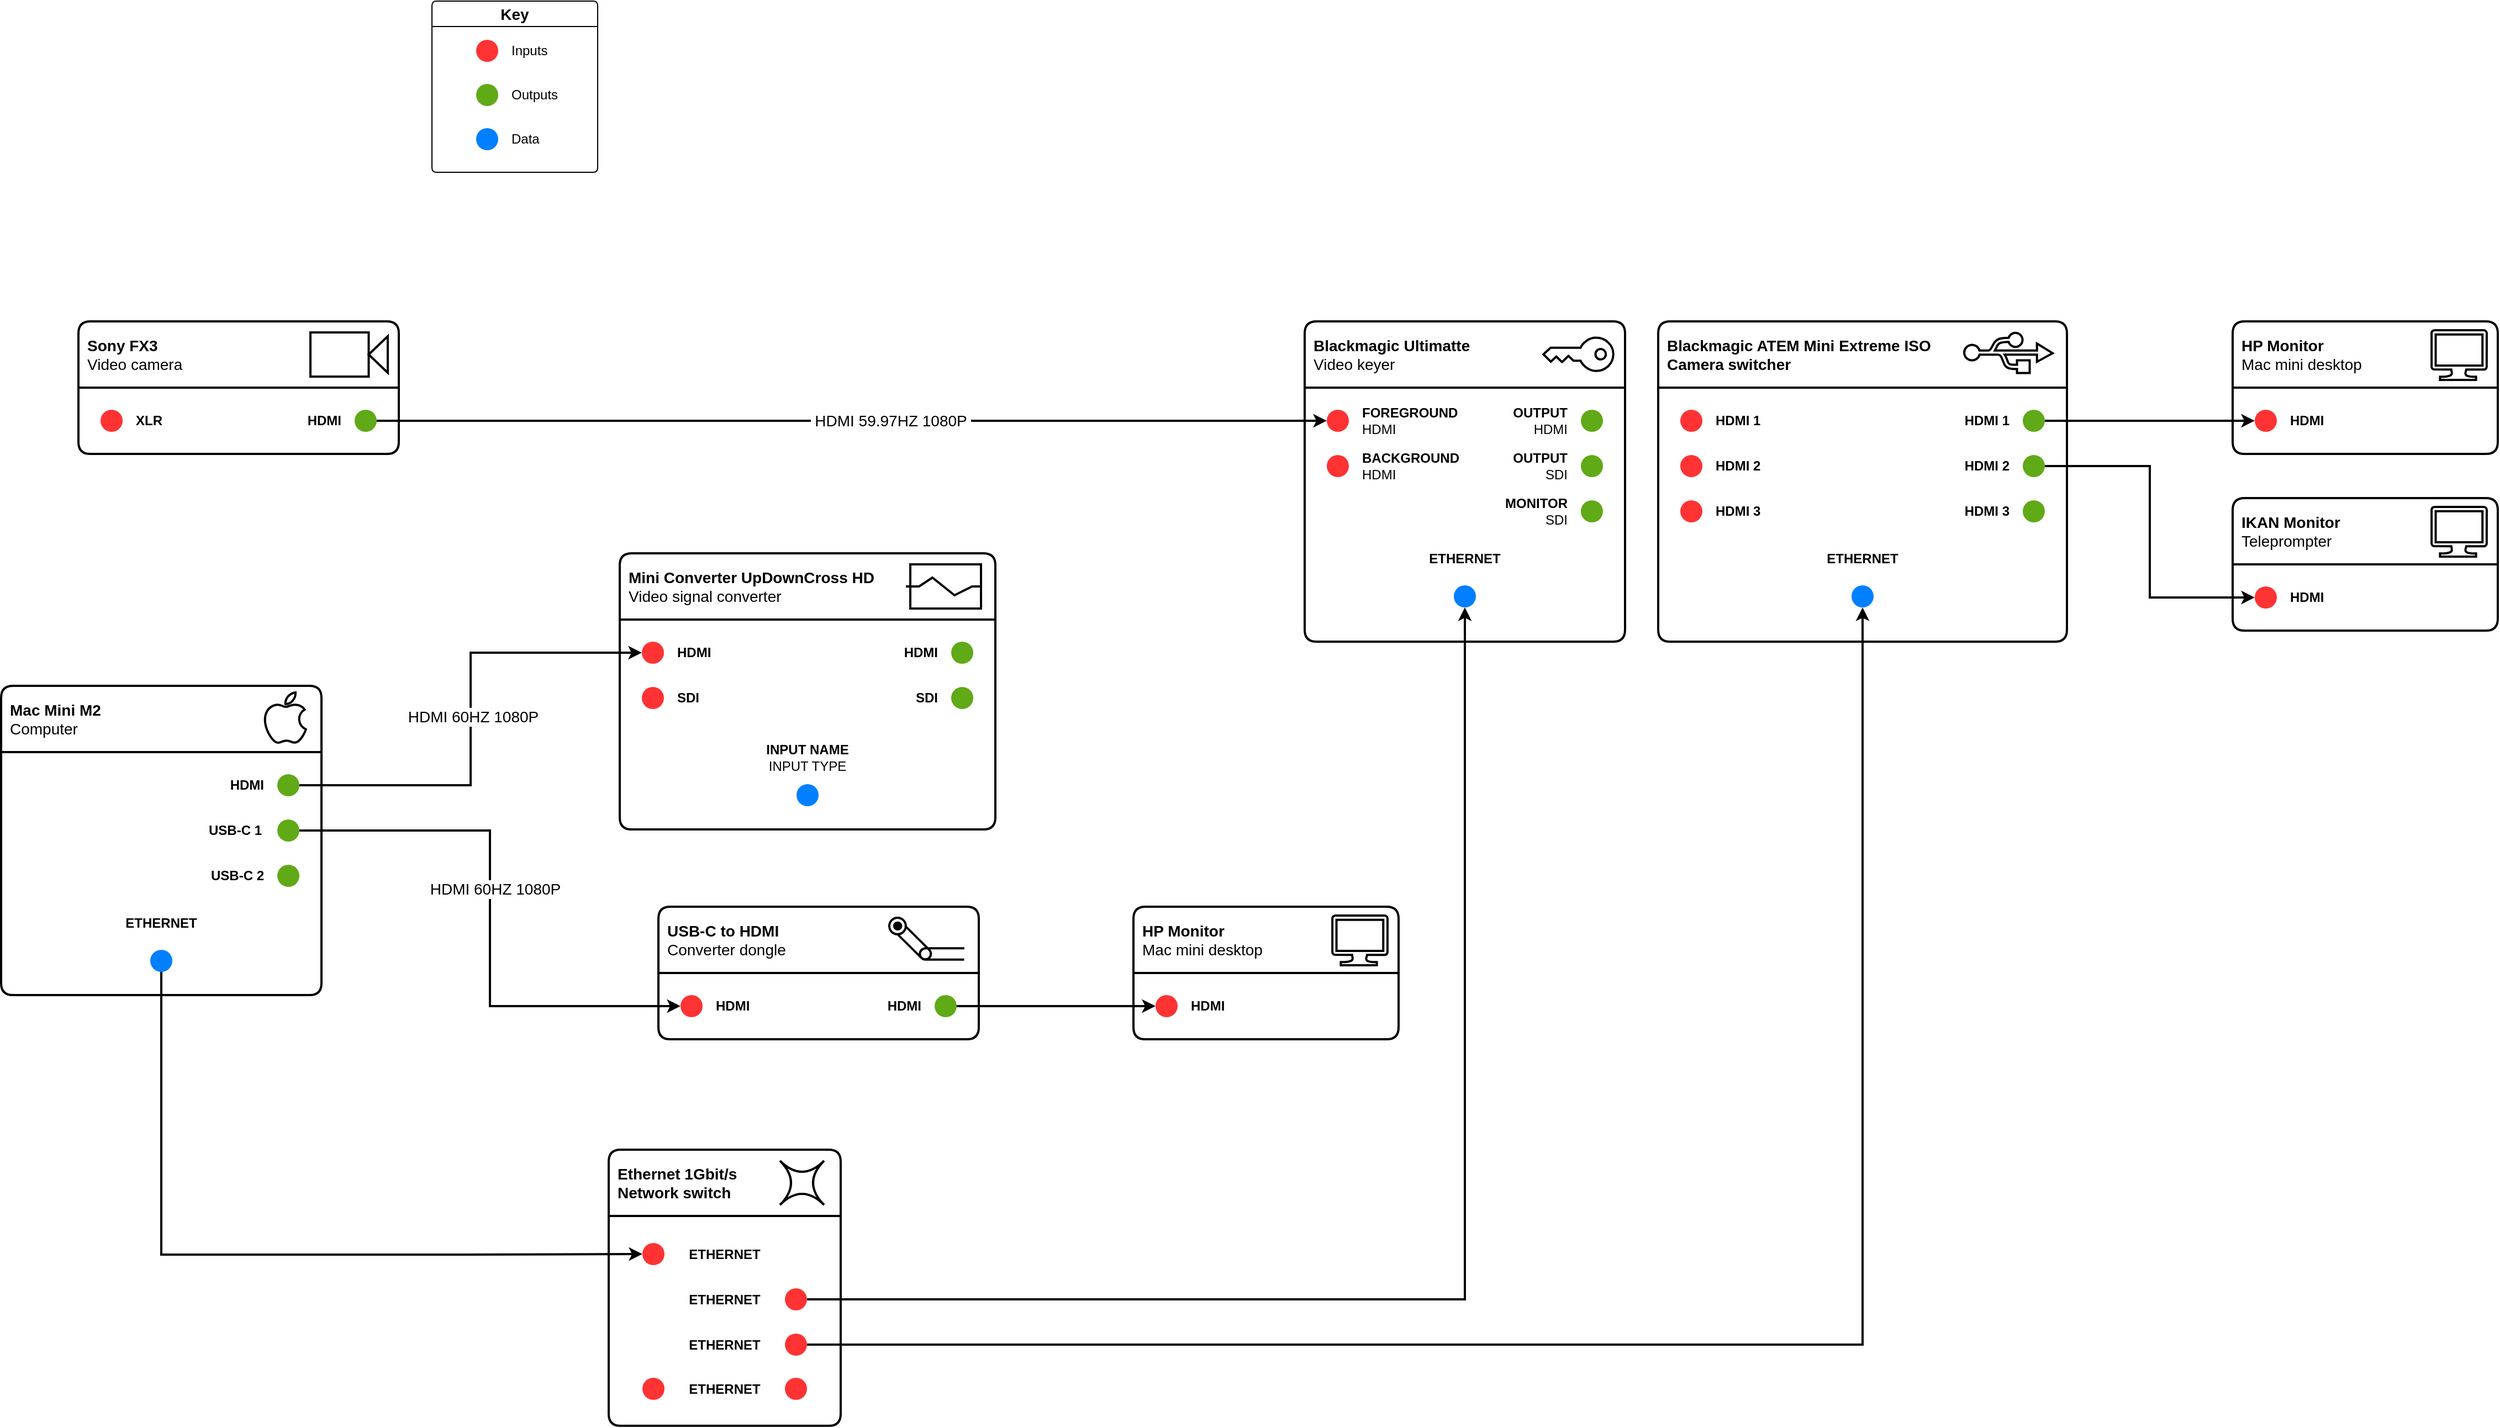
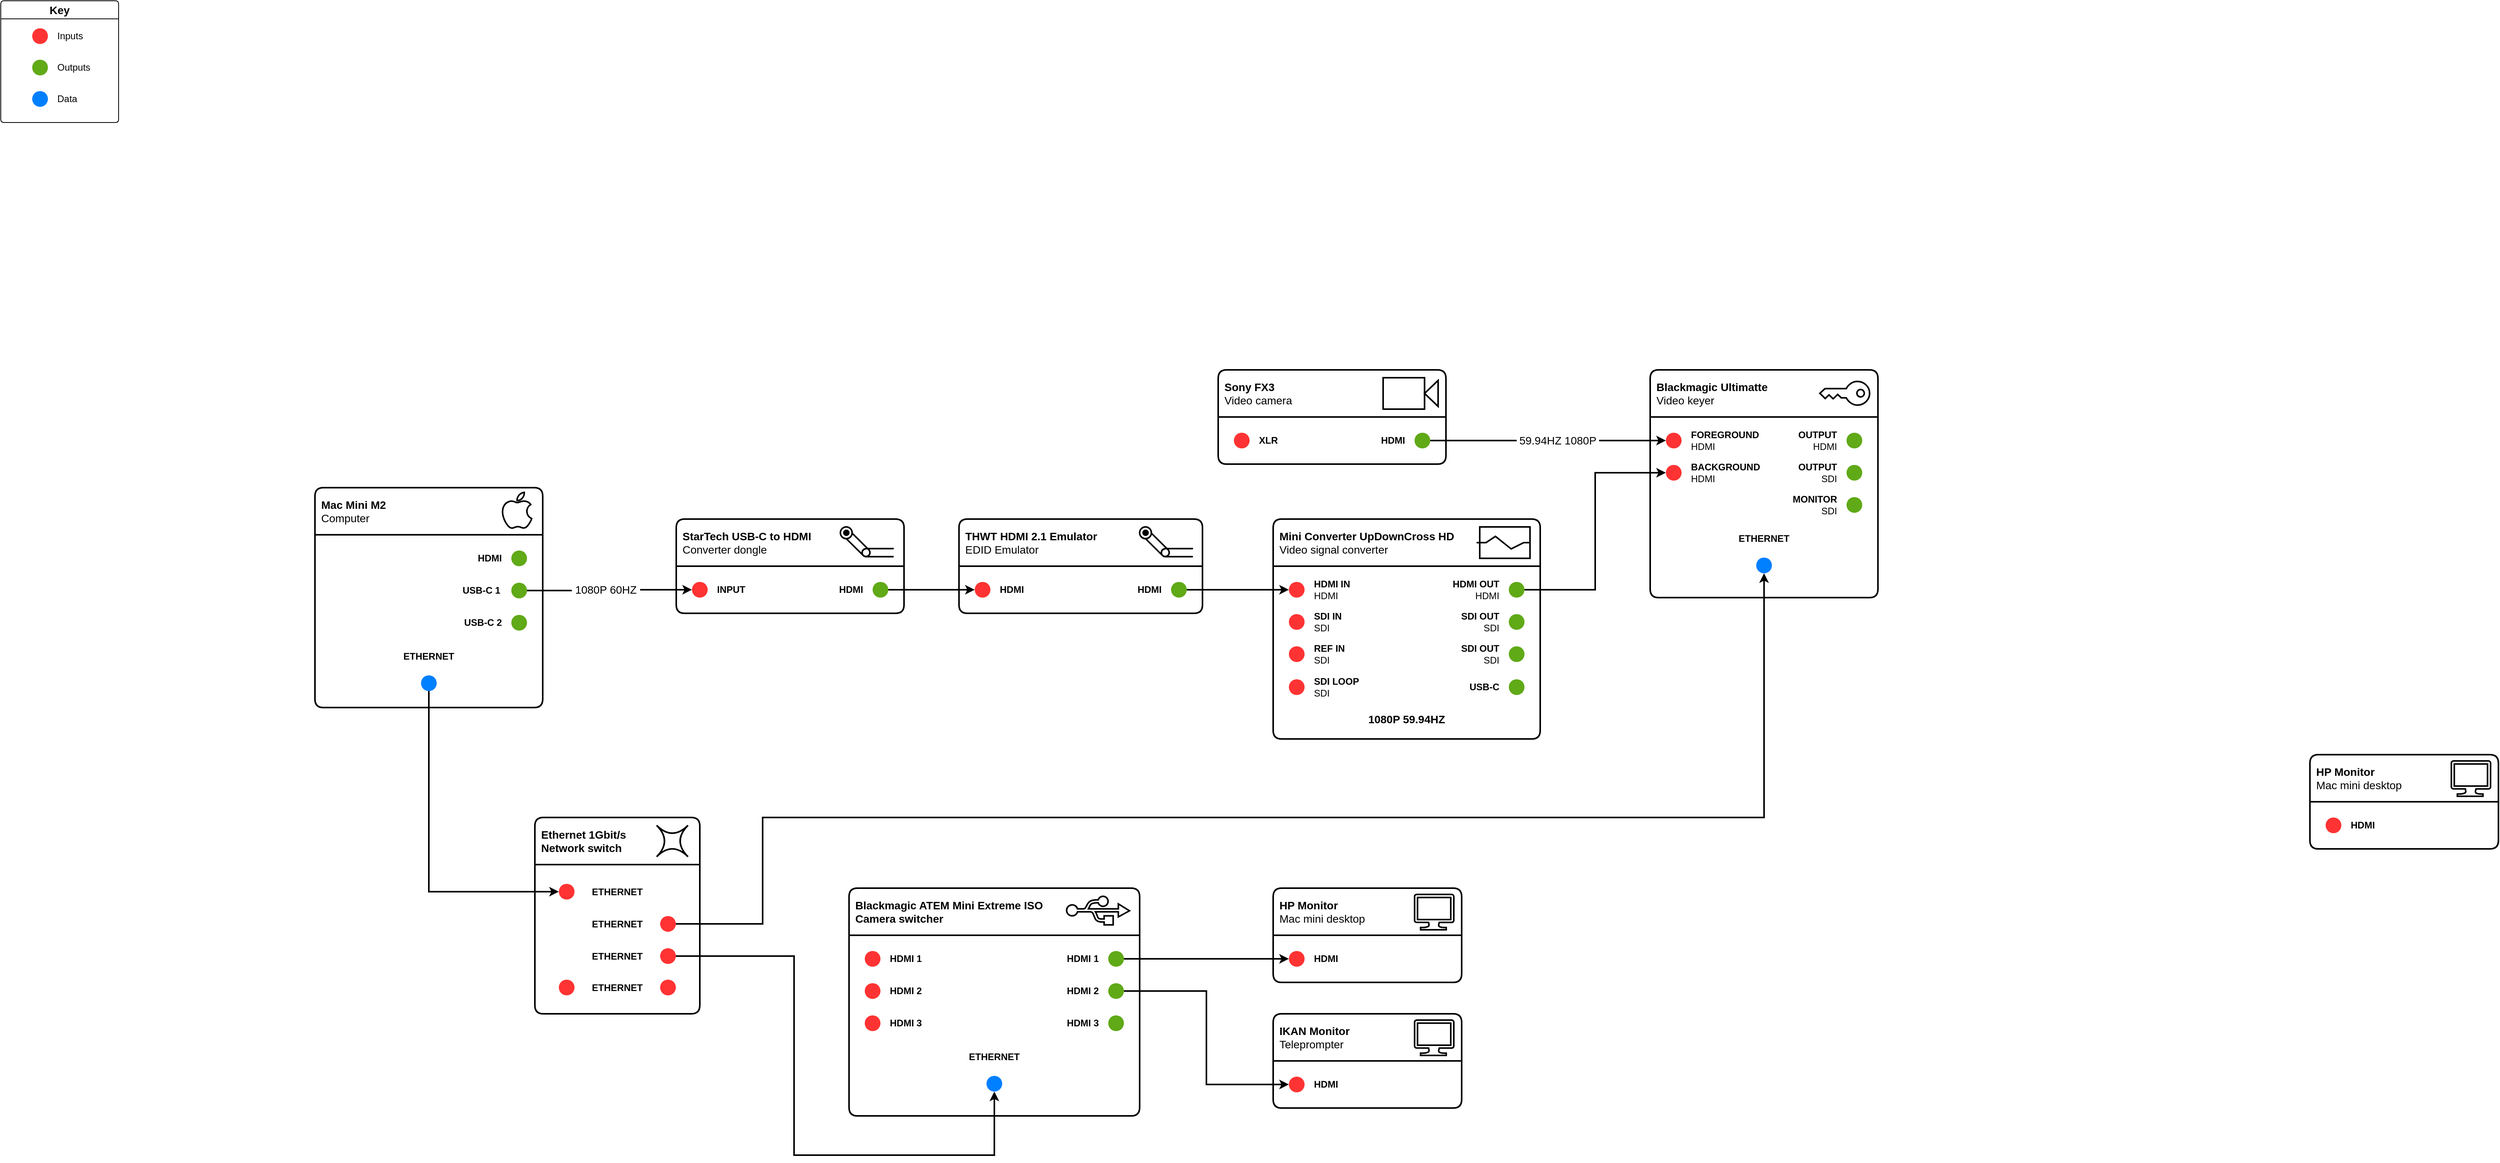
<mxfile host="app.diagrams.net">
  <diagram name="Page-1" id="FgFW1MfRpHRbAZnw0JzE">
-     <mxGraphModel dx="2968" dy="1716" grid="1" gridSize="10" guides="1" tooltips="1" connect="1" arrows="1" fold="1" page="0" pageScale="1" pageWidth="1654" pageHeight="1169" math="0" shadow="0">
+     <mxGraphModel dx="1258" dy="1141" grid="1" gridSize="10" guides="1" tooltips="1" connect="1" arrows="1" fold="1" page="0" pageScale="1" pageWidth="1654" pageHeight="1169" math="0" shadow="0">
      <root>
        <mxCell id="0" />
        <mxCell id="1" parent="0" />
        <UserObject label="&lt;div&gt;Sony FX3&lt;/div&gt;&lt;div&gt;&lt;span style=&quot;font-weight: normal;&quot;&gt;Video camera&lt;/span&gt;&lt;/div&gt;" link="https://www.sony.com.au/electronics/interchangeable-lens-cameras/ilme-fx3a" id="s20b6Gskkq0xSbLsb2Lf-1">
          <mxCell parent="1" style="swimlane;whiteSpace=wrap;html=1;startSize=60;perimeterSpacing=0;rounded=1;arcSize=6;align=left;spacingLeft=6;swimlaneFillColor=default;strokeWidth=2;fontSize=14;spacingBottom=0;" vertex="1">
-             <mxGeometry height="120" width="290" x="-10" y="240" as="geometry">
+             <mxGeometry height="120" width="290" x="1860" y="420" as="geometry">
              <mxRectangle height="60" width="200" x="330" y="280" as="alternateBounds" />
            </mxGeometry>
          </mxCell>
        </UserObject>
        <mxCell id="BUdtJf7oYrrgdLHHiytK-1" parent="s20b6Gskkq0xSbLsb2Lf-1" style="shape=mxgraph.signs.tech.video_camera;html=1;pointerEvents=1;fillColor=none;strokeColor=default;verticalLabelPosition=bottom;verticalAlign=top;align=center;strokeWidth=2;" value="" vertex="1">
          <mxGeometry height="40" width="70" x="210" y="10" as="geometry" />
        </mxCell>
        <mxCell id="BUdtJf7oYrrgdLHHiytK-2" parent="s20b6Gskkq0xSbLsb2Lf-1" style="ellipse;whiteSpace=wrap;html=1;aspect=fixed;strokeColor=none;fillColor=#60a917;fontColor=#ffffff;" value="" vertex="1">
          <mxGeometry height="20" width="20" x="250" y="80" as="geometry" />
        </mxCell>
        <mxCell id="BUdtJf7oYrrgdLHHiytK-13" parent="s20b6Gskkq0xSbLsb2Lf-1" style="ellipse;whiteSpace=wrap;html=1;aspect=fixed;strokeColor=none;fillColor=light-dark(#FF3333,#FF3333);fontColor=#ffffff;fillStyle=auto;" value="" vertex="1">
          <mxGeometry height="20" width="20" x="20" y="80" as="geometry" />
        </mxCell>
        <mxCell id="BUdtJf7oYrrgdLHHiytK-20" parent="s20b6Gskkq0xSbLsb2Lf-1" style="text;html=1;whiteSpace=wrap;strokeColor=none;fillColor=none;align=left;verticalAlign=middle;rounded=0;fontStyle=1" value="XLR" vertex="1">
          <mxGeometry height="14.5" width="30" x="50" y="82.75" as="geometry" />
        </mxCell>
        <mxCell id="BUdtJf7oYrrgdLHHiytK-21" parent="s20b6Gskkq0xSbLsb2Lf-1" style="text;html=1;whiteSpace=wrap;strokeColor=none;fillColor=none;align=right;verticalAlign=middle;rounded=0;" value="&lt;b&gt;HDMI&lt;/b&gt;" vertex="1">
          <mxGeometry height="14.5" width="40" x="200" y="82.75" as="geometry" />
        </mxCell>
        <mxCell id="BUdtJf7oYrrgdLHHiytK-123" parent="1" style="swimlane;whiteSpace=wrap;html=1;rounded=1;arcSize=6;swimlaneFillColor=default;fontSize=14;" value="Key" vertex="1">
          <mxGeometry height="155" width="150" x="310" y="-50" as="geometry" />
        </mxCell>
        <mxCell id="BUdtJf7oYrrgdLHHiytK-115" parent="BUdtJf7oYrrgdLHHiytK-123" style="ellipse;whiteSpace=wrap;html=1;aspect=fixed;strokeColor=none;fillColor=light-dark(#FF3333,#FF3333);fontColor=#ffffff;fillStyle=auto;" value="" vertex="1">
          <mxGeometry height="20" width="20" x="40" y="35" as="geometry" />
        </mxCell>
        <mxCell id="BUdtJf7oYrrgdLHHiytK-119" parent="BUdtJf7oYrrgdLHHiytK-123" style="text;html=1;whiteSpace=wrap;strokeColor=none;fillColor=none;align=left;verticalAlign=middle;rounded=0;" value="Inputs" vertex="1">
          <mxGeometry height="10" width="40" x="70" y="40" as="geometry" />
        </mxCell>
        <mxCell id="BUdtJf7oYrrgdLHHiytK-114" parent="BUdtJf7oYrrgdLHHiytK-123" style="ellipse;whiteSpace=wrap;html=1;aspect=fixed;strokeColor=none;fillColor=#60a917;fontColor=#ffffff;" value="" vertex="1">
          <mxGeometry height="20" width="20" x="40" y="75" as="geometry" />
        </mxCell>
        <mxCell id="BUdtJf7oYrrgdLHHiytK-120" parent="BUdtJf7oYrrgdLHHiytK-123" style="text;html=1;whiteSpace=wrap;strokeColor=none;fillColor=none;align=left;verticalAlign=middle;rounded=0;" value="Outputs" vertex="1">
          <mxGeometry height="10" width="40" x="70" y="80" as="geometry" />
        </mxCell>
        <mxCell id="BUdtJf7oYrrgdLHHiytK-116" parent="BUdtJf7oYrrgdLHHiytK-123" style="ellipse;whiteSpace=wrap;html=1;aspect=fixed;strokeColor=none;fillColor=#007FFF;fontColor=#ffffff;" value="" vertex="1">
          <mxGeometry height="20" width="20" x="40" y="115" as="geometry" />
        </mxCell>
        <mxCell id="BUdtJf7oYrrgdLHHiytK-121" parent="BUdtJf7oYrrgdLHHiytK-123" style="text;html=1;whiteSpace=wrap;strokeColor=none;fillColor=none;align=left;verticalAlign=middle;rounded=0;" value="Data" vertex="1">
          <mxGeometry height="10" width="40" x="70" y="120" as="geometry" />
        </mxCell>
        <UserObject label="&lt;div&gt;Blackmagic Ultimatte&lt;/div&gt;&lt;div&gt;&lt;span style=&quot;font-weight: normal;&quot;&gt;Video keyer&lt;/span&gt;&lt;/div&gt;" link="https://www.videocraft.com.au/products/blackmagic-design-ultimatte-12-hd-keyer-advanced-compositing-processor" id="BUdtJf7oYrrgdLHHiytK-160">
          <mxCell parent="1" style="swimlane;whiteSpace=wrap;html=1;startSize=60;perimeterSpacing=0;rounded=1;arcSize=6;align=left;spacingLeft=6;swimlaneFillColor=default;strokeWidth=2;fontSize=14;" vertex="1">
-             <mxGeometry height="290" width="290" x="1100" y="240" as="geometry">
+             <mxGeometry height="290" width="290" x="2410" y="420" as="geometry">
              <mxRectangle height="60" width="200" x="330" y="280" as="alternateBounds" />
            </mxGeometry>
          </mxCell>
        </UserObject>
        <mxCell id="BUdtJf7oYrrgdLHHiytK-162" parent="BUdtJf7oYrrgdLHHiytK-160" style="ellipse;whiteSpace=wrap;html=1;aspect=fixed;strokeColor=none;fillColor=#60a917;fontColor=#ffffff;" value="" vertex="1">
          <mxGeometry height="20" width="20" x="250" y="80" as="geometry" />
        </mxCell>
        <mxCell id="BUdtJf7oYrrgdLHHiytK-163" parent="BUdtJf7oYrrgdLHHiytK-160" style="ellipse;whiteSpace=wrap;html=1;aspect=fixed;strokeColor=none;fillColor=#60a917;fontColor=#ffffff;" value="" vertex="1">
          <mxGeometry height="20" width="20" x="250" y="121" as="geometry" />
        </mxCell>
        <mxCell id="BUdtJf7oYrrgdLHHiytK-164" parent="BUdtJf7oYrrgdLHHiytK-160" style="ellipse;whiteSpace=wrap;html=1;aspect=fixed;strokeColor=none;fillColor=#60a917;fontColor=#ffffff;" value="" vertex="1">
          <mxGeometry height="20" width="20" x="250" y="162" as="geometry" />
        </mxCell>
        <mxCell id="BUdtJf7oYrrgdLHHiytK-169" parent="BUdtJf7oYrrgdLHHiytK-160" style="ellipse;whiteSpace=wrap;html=1;aspect=fixed;strokeColor=none;fillColor=light-dark(#FF3333,#FF3333);fontColor=#ffffff;fillStyle=auto;" value="" vertex="1">
          <mxGeometry height="20" width="20" x="20" y="80" as="geometry" />
        </mxCell>
        <mxCell id="BUdtJf7oYrrgdLHHiytK-170" parent="BUdtJf7oYrrgdLHHiytK-160" style="ellipse;whiteSpace=wrap;html=1;aspect=fixed;strokeColor=none;fillColor=light-dark(#FF3333,#FF3333);fontColor=#ffffff;" value="" vertex="1">
          <mxGeometry height="20" width="20" x="20" y="121" as="geometry" />
        </mxCell>
        <mxCell id="BUdtJf7oYrrgdLHHiytK-176" parent="BUdtJf7oYrrgdLHHiytK-160" style="text;html=1;whiteSpace=wrap;strokeColor=none;fillColor=none;align=left;verticalAlign=middle;rounded=0;" value="&lt;div&gt;&lt;b&gt;FOREGROUND&lt;/b&gt;&lt;/div&gt;&lt;div&gt;HDMI&lt;/div&gt;" vertex="1">
          <mxGeometry height="29" width="90" x="50" y="75.5" as="geometry" />
        </mxCell>
        <mxCell id="BUdtJf7oYrrgdLHHiytK-177" parent="BUdtJf7oYrrgdLHHiytK-160" style="text;html=1;whiteSpace=wrap;strokeColor=none;fillColor=none;align=right;verticalAlign=middle;rounded=0;" value="&lt;div&gt;&lt;b&gt;OUTPUT&lt;/b&gt;&lt;/div&gt;&lt;div&gt;HDMI&lt;/div&gt;" vertex="1">
          <mxGeometry height="29" width="90" x="150" y="75.5" as="geometry" />
        </mxCell>
        <mxCell id="BUdtJf7oYrrgdLHHiytK-178" parent="BUdtJf7oYrrgdLHHiytK-160" style="text;html=1;whiteSpace=wrap;strokeColor=none;fillColor=none;align=left;verticalAlign=middle;rounded=0;" value="&lt;div&gt;&lt;b&gt;BACKGROUND&lt;/b&gt;&lt;/div&gt;&lt;div&gt;HDMI&lt;/div&gt;" vertex="1">
          <mxGeometry height="29" width="90" x="50" y="116.5" as="geometry" />
        </mxCell>
        <mxCell id="BUdtJf7oYrrgdLHHiytK-179" parent="BUdtJf7oYrrgdLHHiytK-160" style="text;html=1;whiteSpace=wrap;strokeColor=none;fillColor=none;align=right;verticalAlign=middle;rounded=0;" value="&lt;div&gt;&lt;b&gt;OUTPUT&lt;/b&gt;&lt;/div&gt;&lt;div&gt;SDI&lt;/div&gt;" vertex="1">
          <mxGeometry height="29" width="90" x="150" y="116.5" as="geometry" />
        </mxCell>
        <mxCell id="BUdtJf7oYrrgdLHHiytK-181" parent="BUdtJf7oYrrgdLHHiytK-160" style="text;html=1;whiteSpace=wrap;strokeColor=none;fillColor=none;align=right;verticalAlign=middle;rounded=0;" value="&lt;div&gt;&lt;b&gt;MONITOR&lt;/b&gt;&lt;/div&gt;&lt;div&gt;SDI&lt;/div&gt;" vertex="1">
          <mxGeometry height="29" width="90" x="150" y="157.5" as="geometry" />
        </mxCell>
        <mxCell id="BUdtJf7oYrrgdLHHiytK-194" parent="BUdtJf7oYrrgdLHHiytK-160" style="text;html=1;whiteSpace=wrap;strokeColor=none;fillColor=none;align=center;verticalAlign=middle;rounded=0;fontStyle=1" value="ETHERNET" vertex="1">
          <mxGeometry height="29" width="90" x="100" y="200" as="geometry" />
        </mxCell>
        <mxCell id="BUdtJf7oYrrgdLHHiytK-195" parent="BUdtJf7oYrrgdLHHiytK-160" style="ellipse;whiteSpace=wrap;html=1;aspect=fixed;strokeColor=none;fillColor=#007FFF;fontColor=#ffffff;" value="" vertex="1">
          <mxGeometry height="20" width="20" x="135" y="239" as="geometry" />
        </mxCell>
        <mxCell id="BUdtJf7oYrrgdLHHiytK-196" parent="BUdtJf7oYrrgdLHHiytK-160" style="sketch=0;pointerEvents=1;shadow=0;dashed=0;html=1;strokeColor=default;fillColor=none;labelPosition=center;verticalLabelPosition=bottom;verticalAlign=top;outlineConnect=0;align=center;shape=mxgraph.office.security.key_permissions;rotation=90;strokeWidth=2;" value="" vertex="1">
          <mxGeometry height="63.31" width="30.07" x="232.69" y="-1.8099999999999996" as="geometry" />
        </mxCell>
        <mxCell id="BUdtJf7oYrrgdLHHiytK-197" edge="1" parent="1" source="BUdtJf7oYrrgdLHHiytK-2" style="edgeStyle=orthogonalEdgeStyle;rounded=0;orthogonalLoop=1;jettySize=auto;html=1;entryX=0;entryY=0.5;entryDx=0;entryDy=0;endArrow=classic;endFill=1;strokeWidth=2;" target="BUdtJf7oYrrgdLHHiytK-169">
          <mxGeometry relative="1" as="geometry" />
        </mxCell>
-         <mxCell id="BUdtJf7oYrrgdLHHiytK-201" connectable="0" parent="BUdtJf7oYrrgdLHHiytK-197" style="edgeLabel;html=1;align=center;verticalAlign=middle;resizable=0;points=[];fontSize=14;" value="&amp;nbsp;HDMI 59.97HZ 1080P&amp;nbsp;" vertex="1">
+         <mxCell id="BUdtJf7oYrrgdLHHiytK-201" connectable="0" parent="BUdtJf7oYrrgdLHHiytK-197" style="edgeLabel;html=1;align=center;verticalAlign=middle;resizable=0;points=[];fontSize=14;" value="&amp;nbsp;59.94HZ 1080P&amp;nbsp;" vertex="1">
          <mxGeometry relative="1" x="0.0813" as="geometry">
            <mxPoint as="offset" />
          </mxGeometry>
        </mxCell>
        <UserObject label="&lt;div&gt;Mac Mini M2&lt;/div&gt;&lt;div&gt;&lt;span style=&quot;font-weight: normal;&quot;&gt;Computer&lt;/span&gt;&lt;/div&gt;" link="https://support.apple.com/en-au/111837" id="BUdtJf7oYrrgdLHHiytK-202">
          <mxCell parent="1" style="swimlane;whiteSpace=wrap;html=1;startSize=60;perimeterSpacing=0;rounded=1;arcSize=6;align=left;spacingLeft=6;swimlaneFillColor=default;strokeWidth=2;fontSize=14;noLabel=0;" vertex="1">
-             <mxGeometry height="280" width="290" x="-80" y="570" as="geometry">
+             <mxGeometry height="280" width="290" x="710" y="570" as="geometry">
              <mxRectangle height="60" width="200" x="330" y="280" as="alternateBounds" />
            </mxGeometry>
          </mxCell>
        </UserObject>
        <mxCell id="BUdtJf7oYrrgdLHHiytK-204" parent="BUdtJf7oYrrgdLHHiytK-202" style="ellipse;whiteSpace=wrap;html=1;aspect=fixed;strokeColor=none;fillColor=#60a917;fontColor=#ffffff;" value="" vertex="1">
          <mxGeometry height="20" width="20" x="250" y="80" as="geometry" />
        </mxCell>
        <mxCell id="BUdtJf7oYrrgdLHHiytK-205" parent="BUdtJf7oYrrgdLHHiytK-202" style="ellipse;whiteSpace=wrap;html=1;aspect=fixed;strokeColor=none;fillColor=#60a917;fontColor=#ffffff;" value="" vertex="1">
          <mxGeometry height="20" width="20" x="250" y="121" as="geometry" />
        </mxCell>
        <mxCell id="BUdtJf7oYrrgdLHHiytK-206" parent="BUdtJf7oYrrgdLHHiytK-202" style="ellipse;whiteSpace=wrap;html=1;aspect=fixed;strokeColor=none;fillColor=#60a917;fontColor=#ffffff;" value="" vertex="1">
          <mxGeometry height="20" width="20" x="250" y="162" as="geometry" />
        </mxCell>
        <mxCell id="BUdtJf7oYrrgdLHHiytK-219" parent="BUdtJf7oYrrgdLHHiytK-202" style="text;html=1;whiteSpace=wrap;strokeColor=none;fillColor=none;align=right;verticalAlign=middle;rounded=0;" value="&lt;b&gt;HDMI&lt;/b&gt;" vertex="1">
          <mxGeometry height="14.5" width="40" x="200" y="82.75" as="geometry" />
        </mxCell>
        <mxCell id="BUdtJf7oYrrgdLHHiytK-221" parent="BUdtJf7oYrrgdLHHiytK-202" style="text;html=1;whiteSpace=wrap;strokeColor=none;fillColor=none;align=right;verticalAlign=middle;rounded=0;fontStyle=1" value="USB-C 1" vertex="1">
          <mxGeometry height="13.5" width="50" x="188.08" y="124.25" as="geometry" />
        </mxCell>
        <mxCell id="BUdtJf7oYrrgdLHHiytK-236" parent="BUdtJf7oYrrgdLHHiytK-202" style="text;html=1;whiteSpace=wrap;strokeColor=none;fillColor=none;align=center;verticalAlign=middle;rounded=0;fontStyle=1" value="ETHERNET" vertex="1">
          <mxGeometry height="29" width="90" x="100" y="200" as="geometry" />
        </mxCell>
        <mxCell id="BUdtJf7oYrrgdLHHiytK-237" parent="BUdtJf7oYrrgdLHHiytK-202" style="ellipse;whiteSpace=wrap;html=1;aspect=fixed;strokeColor=none;fillColor=#007FFF;fontColor=#ffffff;" value="" vertex="1">
          <mxGeometry height="20" width="20" x="135" y="239" as="geometry" />
        </mxCell>
        <mxCell id="BUdtJf7oYrrgdLHHiytK-238" parent="BUdtJf7oYrrgdLHHiytK-202" style="dashed=0;outlineConnect=0;html=1;align=center;labelPosition=center;verticalLabelPosition=bottom;verticalAlign=top;shape=mxgraph.weblogos.apple;fillColor=none;strokeColor=default;strokeWidth=2;" value="" vertex="1">
          <mxGeometry height="46.2" width="37.83" x="238.07999999999998" y="6" as="geometry" />
        </mxCell>
        <mxCell id="BUdtJf7oYrrgdLHHiytK-240" parent="BUdtJf7oYrrgdLHHiytK-202" style="text;html=1;whiteSpace=wrap;strokeColor=none;fillColor=none;align=right;verticalAlign=middle;rounded=0;fontStyle=1" value="USB-C 2" vertex="1">
          <mxGeometry height="13.5" width="50" x="189.99999999999997" y="165.25" as="geometry" />
        </mxCell>
        <UserObject label="&lt;div&gt;Mini Converter UpDownCross HD&lt;/div&gt;&lt;div&gt;&lt;span style=&quot;font-weight: normal;&quot;&gt;Video signal converter&lt;/span&gt;&lt;/div&gt;" link="https://proavexpress.com.au/blackmagic-mini-converter-up-down-cross-hd/" id="BUdtJf7oYrrgdLHHiytK-243">
          <mxCell parent="1" style="swimlane;whiteSpace=wrap;html=1;startSize=60;perimeterSpacing=0;rounded=1;arcSize=6;align=left;spacingLeft=6;swimlaneFillColor=default;strokeWidth=2;fontSize=14;" vertex="1">
-             <mxGeometry height="250" width="340" x="480" y="450" as="geometry">
+             <mxGeometry height="280" width="340" x="1930" y="610" as="geometry">
              <mxRectangle height="60" width="200" x="330" y="280" as="alternateBounds" />
            </mxGeometry>
          </mxCell>
        </UserObject>
        <mxCell id="BUdtJf7oYrrgdLHHiytK-245" parent="BUdtJf7oYrrgdLHHiytK-243" style="ellipse;whiteSpace=wrap;html=1;aspect=fixed;strokeColor=none;fillColor=#60a917;fontColor=#ffffff;" value="" vertex="1">
          <mxGeometry height="20" width="20" x="300" y="80" as="geometry" />
        </mxCell>
        <mxCell id="BUdtJf7oYrrgdLHHiytK-246" parent="BUdtJf7oYrrgdLHHiytK-243" style="ellipse;whiteSpace=wrap;html=1;aspect=fixed;strokeColor=none;fillColor=#60a917;fontColor=#ffffff;" value="" vertex="1">
          <mxGeometry height="20" width="20" x="300" y="121" as="geometry" />
        </mxCell>
        <mxCell id="BUdtJf7oYrrgdLHHiytK-252" parent="BUdtJf7oYrrgdLHHiytK-243" style="ellipse;whiteSpace=wrap;html=1;aspect=fixed;strokeColor=none;fillColor=light-dark(#FF3333,#FF3333);fontColor=#ffffff;fillStyle=auto;" value="" vertex="1">
          <mxGeometry height="20" width="20" x="20" y="80" as="geometry" />
        </mxCell>
        <mxCell id="BUdtJf7oYrrgdLHHiytK-253" parent="BUdtJf7oYrrgdLHHiytK-243" style="ellipse;whiteSpace=wrap;html=1;aspect=fixed;strokeColor=none;fillColor=light-dark(#FF3333,#FF3333);fontColor=#ffffff;" value="" vertex="1">
          <mxGeometry height="20" width="20" x="20" y="121" as="geometry" />
        </mxCell>
-         <mxCell id="BUdtJf7oYrrgdLHHiytK-259" parent="BUdtJf7oYrrgdLHHiytK-243" style="text;html=1;whiteSpace=wrap;strokeColor=none;fillColor=none;align=left;verticalAlign=middle;rounded=0;fontStyle=1" value="HDMI" vertex="1">
-           <mxGeometry height="10" width="50" x="50" y="85" as="geometry" />
-         </mxCell>
-         <mxCell id="BUdtJf7oYrrgdLHHiytK-260" parent="BUdtJf7oYrrgdLHHiytK-243" style="text;html=1;whiteSpace=wrap;strokeColor=none;fillColor=none;align=right;verticalAlign=middle;rounded=0;fontStyle=1" value="HDMI" vertex="1">
-           <mxGeometry height="10" width="70" x="220" y="85" as="geometry" />
-         </mxCell>
-         <mxCell id="BUdtJf7oYrrgdLHHiytK-277" parent="BUdtJf7oYrrgdLHHiytK-243" style="text;html=1;whiteSpace=wrap;strokeColor=none;fillColor=none;align=center;verticalAlign=middle;rounded=0;" value="&lt;div&gt;&lt;b&gt;INPUT NAME&lt;/b&gt;&lt;/div&gt;&lt;div&gt;INPUT TYPE&lt;/div&gt;" vertex="1">
-           <mxGeometry height="29" width="90" x="125" y="170" as="geometry" />
-         </mxCell>
-         <mxCell id="BUdtJf7oYrrgdLHHiytK-278" parent="BUdtJf7oYrrgdLHHiytK-243" style="ellipse;whiteSpace=wrap;html=1;aspect=fixed;strokeColor=none;fillColor=#007FFF;fontColor=#ffffff;" value="" vertex="1">
-           <mxGeometry height="20" width="20" x="160" y="209" as="geometry" />
+         <mxCell id="BUdtJf7oYrrgdLHHiytK-259" parent="BUdtJf7oYrrgdLHHiytK-243" style="text;html=1;whiteSpace=wrap;strokeColor=none;fillColor=none;align=left;verticalAlign=middle;rounded=0;fontStyle=1" value="&lt;div&gt;HDMI IN&lt;/div&gt;&lt;div&gt;&lt;span style=&quot;font-weight: normal;&quot;&gt;HDMI&lt;/span&gt;&lt;/div&gt;" vertex="1">
+           <mxGeometry height="25" width="50" x="50" y="77.5" as="geometry" />
+         </mxCell>
+         <mxCell id="BUdtJf7oYrrgdLHHiytK-260" parent="BUdtJf7oYrrgdLHHiytK-243" style="text;html=1;whiteSpace=wrap;strokeColor=none;fillColor=none;align=right;verticalAlign=middle;rounded=0;fontStyle=1" value="&lt;div&gt;HDMI OUT&lt;/div&gt;&lt;div&gt;&lt;span style=&quot;font-weight: normal;&quot;&gt;HDMI&lt;/span&gt;&lt;/div&gt;" vertex="1">
+           <mxGeometry height="25" width="70" x="220" y="77.5" as="geometry" />
+         </mxCell>
+         <mxCell id="BUdtJf7oYrrgdLHHiytK-277" parent="BUdtJf7oYrrgdLHHiytK-243" style="text;html=1;whiteSpace=wrap;strokeColor=none;fillColor=none;align=center;verticalAlign=middle;rounded=0;fontSize=14;fontStyle=1" value="1080P 59.94HZ" vertex="1">
+           <mxGeometry height="29" width="107.5" x="116.25" y="240" as="geometry" />
        </mxCell>
        <mxCell id="BUdtJf7oYrrgdLHHiytK-279" parent="BUdtJf7oYrrgdLHHiytK-243" style="shape=mxgraph.pid.mixers.kneader;html=1;pointerEvents=1;align=center;verticalLabelPosition=bottom;verticalAlign=top;dashed=0;fillColor=none;strokeWidth=2;" value="" vertex="1">
          <mxGeometry height="40" width="68" x="259" y="10" as="geometry" />
        </mxCell>
-         <mxCell id="BUdtJf7oYrrgdLHHiytK-280" parent="BUdtJf7oYrrgdLHHiytK-243" style="text;html=1;whiteSpace=wrap;strokeColor=none;fillColor=none;align=left;verticalAlign=middle;rounded=0;fontStyle=1" value="SDI" vertex="1">
-           <mxGeometry height="10" width="50" x="50" y="126" as="geometry" />
-         </mxCell>
-         <mxCell id="BUdtJf7oYrrgdLHHiytK-281" parent="BUdtJf7oYrrgdLHHiytK-243" style="text;html=1;whiteSpace=wrap;strokeColor=none;fillColor=none;align=right;verticalAlign=middle;rounded=0;fontStyle=1" value="SDI" vertex="1">
-           <mxGeometry height="10" width="70" x="220" y="126" as="geometry" />
-         </mxCell>
-         <mxCell id="BUdtJf7oYrrgdLHHiytK-282" edge="1" parent="1" source="BUdtJf7oYrrgdLHHiytK-204" style="edgeStyle=orthogonalEdgeStyle;rounded=0;orthogonalLoop=1;jettySize=auto;html=1;entryX=0;entryY=0.5;entryDx=0;entryDy=0;fontFamily=Helvetica;fontSize=14;fontColor=default;labelBackgroundColor=default;resizable=0;strokeWidth=2;" target="BUdtJf7oYrrgdLHHiytK-252">
-           <mxGeometry relative="1" as="geometry" />
-         </mxCell>
-         <mxCell id="BUdtJf7oYrrgdLHHiytK-283" connectable="0" parent="BUdtJf7oYrrgdLHHiytK-282" style="edgeLabel;html=1;align=center;verticalAlign=middle;resizable=0;points=[];fontFamily=Helvetica;fontSize=14;fontColor=default;labelBackgroundColor=default;" value="&amp;nbsp;HDMI 60HZ 1080P&amp;nbsp;" vertex="1">
-           <mxGeometry relative="1" x="0.0203" y="2" as="geometry">
-             <mxPoint x="4" y="2" as="offset" />
-           </mxGeometry>
-         </mxCell>
-         <UserObject label="&lt;div&gt;USB-C to HDMI&lt;/div&gt;&lt;div&gt;&lt;span style=&quot;font-weight: normal;&quot;&gt;Converter dongle&lt;/span&gt;&lt;/div&gt;" id="BUdtJf7oYrrgdLHHiytK-284">
-           <mxCell parent="1" style="swimlane;whiteSpace=wrap;html=1;startSize=60;perimeterSpacing=0;rounded=1;arcSize=6;align=left;spacingLeft=6;swimlaneFillColor=default;strokeWidth=2;fontSize=14;" vertex="1">
-             <mxGeometry height="120" width="290" x="515" y="770" as="geometry">
+         <mxCell id="BUdtJf7oYrrgdLHHiytK-280" parent="BUdtJf7oYrrgdLHHiytK-243" style="text;html=1;whiteSpace=wrap;strokeColor=none;fillColor=none;align=left;verticalAlign=middle;rounded=0;fontStyle=1" value="&lt;div&gt;SDI IN&lt;/div&gt;&lt;div&gt;&lt;span style=&quot;font-weight: normal;&quot;&gt;SDI&lt;/span&gt;&lt;/div&gt;" vertex="1">
+           <mxGeometry height="24" width="50" x="50" y="119" as="geometry" />
+         </mxCell>
+         <mxCell id="BUdtJf7oYrrgdLHHiytK-281" parent="BUdtJf7oYrrgdLHHiytK-243" style="text;html=1;whiteSpace=wrap;strokeColor=none;fillColor=none;align=right;verticalAlign=middle;rounded=0;fontStyle=1" value="&lt;div&gt;SDI OUT&lt;/div&gt;&lt;div&gt;&lt;span style=&quot;font-weight: normal;&quot;&gt;SDI&lt;/span&gt;&lt;/div&gt;" vertex="1">
+           <mxGeometry height="24" width="70" x="220" y="119" as="geometry" />
+         </mxCell>
+         <mxCell id="_8OXxmxYWQQ_x3kSA-AO-10" parent="BUdtJf7oYrrgdLHHiytK-243" style="ellipse;whiteSpace=wrap;html=1;aspect=fixed;strokeColor=none;fillColor=#60a917;fontColor=#ffffff;" value="" vertex="1">
+           <mxGeometry height="20" width="20" x="300" y="162" as="geometry" />
+         </mxCell>
+         <mxCell id="_8OXxmxYWQQ_x3kSA-AO-11" parent="BUdtJf7oYrrgdLHHiytK-243" style="text;html=1;whiteSpace=wrap;strokeColor=none;fillColor=none;align=right;verticalAlign=middle;rounded=0;fontStyle=1" value="&lt;div&gt;SDI OUT&lt;/div&gt;&lt;div&gt;&lt;span style=&quot;font-weight: normal;&quot;&gt;SDI&lt;/span&gt;&lt;/div&gt;" vertex="1">
+           <mxGeometry height="24" width="70" x="220" y="160" as="geometry" />
+         </mxCell>
+         <mxCell id="_8OXxmxYWQQ_x3kSA-AO-14" parent="BUdtJf7oYrrgdLHHiytK-243" style="text;html=1;whiteSpace=wrap;strokeColor=none;fillColor=none;align=right;verticalAlign=middle;rounded=0;fontStyle=1" value="USB-C" vertex="1">
+           <mxGeometry height="10" width="70" x="220" y="209" as="geometry" />
+         </mxCell>
+         <mxCell id="_8OXxmxYWQQ_x3kSA-AO-15" parent="BUdtJf7oYrrgdLHHiytK-243" style="ellipse;whiteSpace=wrap;html=1;aspect=fixed;strokeColor=none;fillColor=light-dark(#60A917,#007FFF);fontColor=#ffffff;" value="" vertex="1">
+           <mxGeometry height="20" width="20" x="300" y="204" as="geometry" />
+         </mxCell>
+         <mxCell id="_8OXxmxYWQQ_x3kSA-AO-16" parent="BUdtJf7oYrrgdLHHiytK-243" style="ellipse;whiteSpace=wrap;html=1;aspect=fixed;strokeColor=none;fillColor=light-dark(#FF3333,#FF3333);fontColor=#ffffff;" value="" vertex="1">
+           <mxGeometry height="20" width="20" x="20" y="162" as="geometry" />
+         </mxCell>
+         <mxCell id="_8OXxmxYWQQ_x3kSA-AO-17" parent="BUdtJf7oYrrgdLHHiytK-243" style="text;html=1;whiteSpace=wrap;strokeColor=none;fillColor=none;align=left;verticalAlign=middle;rounded=0;fontStyle=1" value="&lt;div&gt;REF IN&lt;/div&gt;&lt;div&gt;&lt;span style=&quot;font-weight: normal;&quot;&gt;SDI&lt;/span&gt;&lt;/div&gt;" vertex="1">
+           <mxGeometry height="24" width="50" x="50" y="160" as="geometry" />
+         </mxCell>
+         <mxCell id="_8OXxmxYWQQ_x3kSA-AO-18" parent="BUdtJf7oYrrgdLHHiytK-243" style="ellipse;whiteSpace=wrap;html=1;aspect=fixed;strokeColor=none;fillColor=light-dark(#FF3333,#FF3333);fontColor=#ffffff;" value="" vertex="1">
+           <mxGeometry height="20" width="20" x="20" y="204" as="geometry" />
+         </mxCell>
+         <mxCell id="_8OXxmxYWQQ_x3kSA-AO-19" parent="BUdtJf7oYrrgdLHHiytK-243" style="text;html=1;whiteSpace=wrap;strokeColor=none;fillColor=none;align=left;verticalAlign=middle;rounded=0;fontStyle=1" value="&lt;div&gt;SDI LOOP&lt;/div&gt;&lt;div&gt;&lt;span style=&quot;font-weight: normal;&quot;&gt;SDI&lt;/span&gt;&lt;/div&gt;" vertex="1">
+           <mxGeometry height="24" width="60" x="50" y="202" as="geometry" />
+         </mxCell>
+         <UserObject label="&lt;div&gt;StarTech USB-C to HDMI&lt;/div&gt;&lt;div&gt;&lt;span style=&quot;font-weight: normal;&quot;&gt;Converter dongle&lt;/span&gt;&lt;/div&gt;" link="https://www.startech.com/en-au/display-video-adapters/usbc-hdmi-cdp2hd4k60" id="BUdtJf7oYrrgdLHHiytK-284">
+           <mxCell parent="1" style="swimlane;whiteSpace=wrap;html=1;startSize=60;perimeterSpacing=0;rounded=1;arcSize=6;align=left;spacingLeft=6;swimlaneFillColor=default;strokeWidth=2;fontSize=14;" vertex="1">
+             <mxGeometry height="120" width="290" x="1170" y="610" as="geometry">
              <mxRectangle height="60" width="200" x="330" y="280" as="alternateBounds" />
            </mxGeometry>
          </mxCell>
        </UserObject>
        <mxCell id="BUdtJf7oYrrgdLHHiytK-285" parent="BUdtJf7oYrrgdLHHiytK-284" style="ellipse;whiteSpace=wrap;html=1;aspect=fixed;strokeColor=none;fillColor=#60a917;fontColor=#ffffff;" value="" vertex="1">
          <mxGeometry height="20" width="20" x="250" y="80" as="geometry" />
        </mxCell>
        <mxCell id="BUdtJf7oYrrgdLHHiytK-288" parent="BUdtJf7oYrrgdLHHiytK-284" style="text;html=1;whiteSpace=wrap;strokeColor=none;fillColor=none;align=right;verticalAlign=middle;rounded=0;" value="&lt;b&gt;HDMI&lt;/b&gt;" vertex="1">
          <mxGeometry height="14.5" width="70" x="170" y="82.75" as="geometry" />
        </mxCell>
        <mxCell id="BUdtJf7oYrrgdLHHiytK-297" parent="BUdtJf7oYrrgdLHHiytK-284" style="ellipse;whiteSpace=wrap;html=1;aspect=fixed;strokeColor=none;fillColor=light-dark(#FF3333,#FF3333);fontColor=#ffffff;fillStyle=auto;" value="" vertex="1">
          <mxGeometry height="20" width="20" x="20" y="80" as="geometry" />
        </mxCell>
-         <mxCell id="BUdtJf7oYrrgdLHHiytK-298" parent="BUdtJf7oYrrgdLHHiytK-284" style="text;html=1;whiteSpace=wrap;strokeColor=none;fillColor=none;align=left;verticalAlign=middle;rounded=0;fontStyle=1" value="HDMI" vertex="1">
+         <mxCell id="BUdtJf7oYrrgdLHHiytK-298" parent="BUdtJf7oYrrgdLHHiytK-284" style="text;html=1;whiteSpace=wrap;strokeColor=none;fillColor=none;align=left;verticalAlign=middle;rounded=0;fontStyle=1" value="INPUT" vertex="1">
          <mxGeometry height="10" width="50" x="50" y="85" as="geometry" />
        </mxCell>
        <mxCell id="BUdtJf7oYrrgdLHHiytK-295" parent="BUdtJf7oYrrgdLHHiytK-284" style="verticalLabelPosition=bottom;aspect=fixed;html=1;verticalAlign=top;fillColor=strokeColor;align=center;outlineConnect=0;shape=mxgraph.fluid_power.x10060;points=[[1,0.72,0],[1,1,0]];strokeWidth=2;" value="" vertex="1">
          <mxGeometry height="38.38" width="67.9" x="209" y="10" as="geometry" />
        </mxCell>
        <mxCell id="BUdtJf7oYrrgdLHHiytK-299" edge="1" parent="1" source="BUdtJf7oYrrgdLHHiytK-205" style="edgeStyle=orthogonalEdgeStyle;shape=connector;rounded=0;orthogonalLoop=1;jettySize=auto;html=1;entryX=0;entryY=0.5;entryDx=0;entryDy=0;strokeColor=default;strokeWidth=2;align=center;verticalAlign=middle;fontFamily=Helvetica;fontSize=11;fontColor=default;labelBackgroundColor=default;endArrow=classic;endFill=1;" target="BUdtJf7oYrrgdLHHiytK-297">
          <mxGeometry relative="1" as="geometry" />
        </mxCell>
-         <mxCell id="BUdtJf7oYrrgdLHHiytK-300" connectable="0" parent="BUdtJf7oYrrgdLHHiytK-299" style="edgeLabel;html=1;align=center;verticalAlign=middle;resizable=0;points=[];fontFamily=Helvetica;fontSize=14;fontColor=default;labelBackgroundColor=default;" value="&amp;nbsp;HDMI 60HZ 1080P&amp;nbsp;" vertex="1">
+         <mxCell id="BUdtJf7oYrrgdLHHiytK-300" connectable="0" parent="BUdtJf7oYrrgdLHHiytK-299" style="edgeLabel;html=1;align=center;verticalAlign=middle;resizable=0;points=[];fontFamily=Helvetica;fontSize=14;fontColor=default;labelBackgroundColor=default;" value="&amp;nbsp;1080P 60HZ&amp;nbsp;" vertex="1">
          <mxGeometry relative="1" x="-0.1035" y="4" as="geometry">
-             <mxPoint y="-1" as="offset" />
+             <mxPoint x="5" y="3" as="offset" />
          </mxGeometry>
        </mxCell>
        <UserObject label="&lt;div&gt;Ethernet 1Gbit/s&lt;/div&gt;&lt;div&gt;Network switch&lt;/div&gt;" id="BUdtJf7oYrrgdLHHiytK-301">
          <mxCell parent="1" style="swimlane;whiteSpace=wrap;html=1;startSize=60;perimeterSpacing=0;rounded=1;arcSize=6;align=left;spacingLeft=6;swimlaneFillColor=default;strokeWidth=2;fontSize=14;" vertex="1">
-             <mxGeometry height="250" width="210" x="470" y="990" as="geometry">
+             <mxGeometry height="250" width="210" x="990" y="990" as="geometry">
              <mxRectangle height="60" width="200" x="330" y="280" as="alternateBounds" />
            </mxGeometry>
          </mxCell>
        </UserObject>
        <mxCell id="BUdtJf7oYrrgdLHHiytK-310" parent="BUdtJf7oYrrgdLHHiytK-301" style="ellipse;whiteSpace=wrap;html=1;aspect=fixed;strokeColor=none;fillColor=light-dark(#FF3333,#007FFF);fontColor=light-dark(#FFFFFF,#007FFF);fillStyle=auto;" value="" vertex="1">
          <mxGeometry height="20" width="20" x="30.5" y="84.5" as="geometry" />
        </mxCell>
        <mxCell id="BUdtJf7oYrrgdLHHiytK-313" parent="BUdtJf7oYrrgdLHHiytK-301" style="ellipse;whiteSpace=wrap;html=1;aspect=fixed;strokeColor=none;fillColor=light-dark(#FF3333,#007FFF);fontColor=light-dark(#FFFFFF,#007FFF);" value="" vertex="1">
          <mxGeometry height="20" width="20" x="30.5" y="206.5" as="geometry" />
        </mxCell>
        <mxCell id="BUdtJf7oYrrgdLHHiytK-317" parent="BUdtJf7oYrrgdLHHiytK-301" style="text;html=1;whiteSpace=wrap;strokeColor=none;fillColor=none;align=center;verticalAlign=middle;rounded=0;fontStyle=1" value="ETHERNET" vertex="1">
          <mxGeometry height="10" width="70" x="70" y="89.5" as="geometry" />
        </mxCell>
        <mxCell id="BUdtJf7oYrrgdLHHiytK-337" parent="BUdtJf7oYrrgdLHHiytK-301" style="shape=switch;whiteSpace=wrap;html=1;fontFamily=Helvetica;fontSize=11;fontColor=default;labelBackgroundColor=default;strokeWidth=2;" value="" vertex="1">
          <mxGeometry height="40" width="40" x="155" y="10" as="geometry" />
        </mxCell>
        <mxCell id="BUdtJf7oYrrgdLHHiytK-340" parent="BUdtJf7oYrrgdLHHiytK-301" style="ellipse;whiteSpace=wrap;html=1;aspect=fixed;strokeColor=none;fillColor=light-dark(#FF3333,#007FFF);fontColor=#ffffff;" value="" vertex="1">
          <mxGeometry height="20" width="20" x="159.5" y="125.5" as="geometry" />
        </mxCell>
        <mxCell id="BUdtJf7oYrrgdLHHiytK-341" parent="BUdtJf7oYrrgdLHHiytK-301" style="ellipse;whiteSpace=wrap;html=1;aspect=fixed;strokeColor=none;fillColor=light-dark(#FF3333,#007FFF);fontColor=#ffffff;" value="" vertex="1">
          <mxGeometry height="20" width="20" x="159.5" y="166.5" as="geometry" />
        </mxCell>
        <mxCell id="BUdtJf7oYrrgdLHHiytK-342" parent="BUdtJf7oYrrgdLHHiytK-301" style="ellipse;whiteSpace=wrap;html=1;aspect=fixed;strokeColor=none;fillColor=light-dark(#FF3333,#007FFF);fontColor=#ffffff;" value="" vertex="1">
          <mxGeometry height="20" width="20" x="159.5" y="206.5" as="geometry" />
        </mxCell>
        <mxCell id="BUdtJf7oYrrgdLHHiytK-347" parent="BUdtJf7oYrrgdLHHiytK-301" style="text;html=1;whiteSpace=wrap;strokeColor=none;fillColor=none;align=center;verticalAlign=middle;rounded=0;fontStyle=1" value="ETHERNET" vertex="1">
          <mxGeometry height="10" width="70" x="70" y="130.5" as="geometry" />
        </mxCell>
        <mxCell id="BUdtJf7oYrrgdLHHiytK-348" parent="BUdtJf7oYrrgdLHHiytK-301" style="text;html=1;whiteSpace=wrap;strokeColor=none;fillColor=none;align=center;verticalAlign=middle;rounded=0;fontStyle=1" value="ETHERNET" vertex="1">
          <mxGeometry height="10" width="70" x="70" y="171.5" as="geometry" />
        </mxCell>
        <mxCell id="BUdtJf7oYrrgdLHHiytK-349" parent="BUdtJf7oYrrgdLHHiytK-301" style="text;html=1;whiteSpace=wrap;strokeColor=none;fillColor=none;align=center;verticalAlign=middle;rounded=0;fontStyle=1" value="ETHERNET" vertex="1">
          <mxGeometry height="10" width="70" x="70" y="211.5" as="geometry" />
        </mxCell>
        <mxCell id="BUdtJf7oYrrgdLHHiytK-354" edge="1" parent="1" source="BUdtJf7oYrrgdLHHiytK-237" style="edgeStyle=orthogonalEdgeStyle;shape=connector;rounded=0;orthogonalLoop=1;jettySize=auto;html=1;entryX=0;entryY=0.5;entryDx=0;entryDy=0;strokeColor=default;strokeWidth=2;align=center;verticalAlign=middle;fontFamily=Helvetica;fontSize=14;fontColor=default;labelBackgroundColor=default;resizable=0;endArrow=classic;endFill=1;" target="BUdtJf7oYrrgdLHHiytK-310">
          <mxGeometry relative="1" as="geometry">
            <Array as="points">
-               <mxPoint x="65" y="1085" />
-               <mxPoint x="340" y="1085" />
+               <mxPoint x="855" y="1084" />
            </Array>
          </mxGeometry>
        </mxCell>
        <UserObject label="&lt;div&gt;Blackmagic ATEM Mini Extreme ISO&lt;/div&gt;Camera switcher" link="https://www.videocraft.com.au/products/blackmagic-design-atem-mini-extreme-iso-live-streaming-camera-switcher" id="BUdtJf7oYrrgdLHHiytK-355">
          <mxCell parent="1" style="swimlane;whiteSpace=wrap;html=1;startSize=60;perimeterSpacing=0;rounded=1;arcSize=6;align=left;spacingLeft=6;swimlaneFillColor=default;strokeWidth=2;fontSize=14;" vertex="1">
-             <mxGeometry height="290" width="370" x="1420" y="240" as="geometry">
+             <mxGeometry height="290" width="370" x="1390" y="1080" as="geometry">
              <mxRectangle height="60" width="200" x="330" y="280" as="alternateBounds" />
            </mxGeometry>
          </mxCell>
        </UserObject>
        <mxCell id="BUdtJf7oYrrgdLHHiytK-357" parent="BUdtJf7oYrrgdLHHiytK-355" style="ellipse;whiteSpace=wrap;html=1;aspect=fixed;strokeColor=none;fillColor=#60a917;fontColor=#ffffff;" value="" vertex="1">
          <mxGeometry height="20" width="20" x="330" y="80" as="geometry" />
        </mxCell>
        <mxCell id="BUdtJf7oYrrgdLHHiytK-358" parent="BUdtJf7oYrrgdLHHiytK-355" style="ellipse;whiteSpace=wrap;html=1;aspect=fixed;strokeColor=none;fillColor=#60a917;fontColor=#ffffff;" value="" vertex="1">
          <mxGeometry height="20" width="20" x="330" y="121" as="geometry" />
        </mxCell>
        <mxCell id="BUdtJf7oYrrgdLHHiytK-359" parent="BUdtJf7oYrrgdLHHiytK-355" style="ellipse;whiteSpace=wrap;html=1;aspect=fixed;strokeColor=none;fillColor=#60a917;fontColor=#ffffff;" value="" vertex="1">
          <mxGeometry height="20" width="20" x="330" y="162" as="geometry" />
        </mxCell>
        <mxCell id="BUdtJf7oYrrgdLHHiytK-364" parent="BUdtJf7oYrrgdLHHiytK-355" style="ellipse;whiteSpace=wrap;html=1;aspect=fixed;strokeColor=none;fillColor=light-dark(#FF3333,#FF3333);fontColor=#ffffff;fillStyle=auto;" value="" vertex="1">
          <mxGeometry height="20" width="20" x="20" y="80" as="geometry" />
        </mxCell>
        <mxCell id="BUdtJf7oYrrgdLHHiytK-365" parent="BUdtJf7oYrrgdLHHiytK-355" style="ellipse;whiteSpace=wrap;html=1;aspect=fixed;strokeColor=none;fillColor=light-dark(#FF3333,#FF3333);fontColor=#ffffff;" value="" vertex="1">
          <mxGeometry height="20" width="20" x="20" y="121" as="geometry" />
        </mxCell>
        <mxCell id="BUdtJf7oYrrgdLHHiytK-366" parent="BUdtJf7oYrrgdLHHiytK-355" style="ellipse;whiteSpace=wrap;html=1;aspect=fixed;strokeColor=none;fillColor=light-dark(#FF3333,#FF3333);fontColor=#ffffff;" value="" vertex="1">
          <mxGeometry height="20" width="20" x="20" y="162" as="geometry" />
        </mxCell>
        <mxCell id="BUdtJf7oYrrgdLHHiytK-371" parent="BUdtJf7oYrrgdLHHiytK-355" style="text;html=1;whiteSpace=wrap;strokeColor=none;fillColor=none;align=left;verticalAlign=middle;rounded=0;fontStyle=1" value="HDMI 1" vertex="1">
          <mxGeometry height="14.5" width="50" x="50" y="82.75" as="geometry" />
        </mxCell>
        <mxCell id="BUdtJf7oYrrgdLHHiytK-372" parent="BUdtJf7oYrrgdLHHiytK-355" style="text;html=1;whiteSpace=wrap;strokeColor=none;fillColor=none;align=right;verticalAlign=middle;rounded=0;fontStyle=1" value="HDMI 1" vertex="1">
          <mxGeometry height="14.5" width="50" x="270" y="82.75" as="geometry" />
        </mxCell>
        <mxCell id="BUdtJf7oYrrgdLHHiytK-389" parent="BUdtJf7oYrrgdLHHiytK-355" style="text;html=1;whiteSpace=wrap;strokeColor=none;fillColor=none;align=center;verticalAlign=middle;rounded=0;fontStyle=1" value="ETHERNET" vertex="1">
          <mxGeometry height="29" width="90" x="140" y="200" as="geometry" />
        </mxCell>
        <mxCell id="BUdtJf7oYrrgdLHHiytK-390" parent="BUdtJf7oYrrgdLHHiytK-355" style="ellipse;whiteSpace=wrap;html=1;aspect=fixed;strokeColor=none;fillColor=#007FFF;fontColor=#ffffff;" value="" vertex="1">
          <mxGeometry height="20" width="20" x="175" y="239" as="geometry" />
        </mxCell>
        <mxCell id="BUdtJf7oYrrgdLHHiytK-393" parent="BUdtJf7oYrrgdLHHiytK-355" style="sketch=0;aspect=fixed;pointerEvents=1;shadow=0;dashed=0;html=1;strokeColor=default;labelPosition=center;verticalLabelPosition=bottom;verticalAlign=top;align=center;fillColor=none;shape=mxgraph.mscae.enterprise.usb;fontFamily=Helvetica;fontSize=11;fontColor=default;labelBackgroundColor=default;strokeWidth=2;" value="" vertex="1">
          <mxGeometry height="36.8" width="80" x="276.9999999999998" y="10" as="geometry" />
        </mxCell>
        <mxCell id="BUdtJf7oYrrgdLHHiytK-409" parent="BUdtJf7oYrrgdLHHiytK-355" style="text;html=1;whiteSpace=wrap;strokeColor=none;fillColor=none;align=left;verticalAlign=middle;rounded=0;fontStyle=1" value="HDMI 2" vertex="1">
          <mxGeometry height="14.5" width="50" x="50" y="123.75" as="geometry" />
        </mxCell>
        <mxCell id="BUdtJf7oYrrgdLHHiytK-410" parent="BUdtJf7oYrrgdLHHiytK-355" style="text;html=1;whiteSpace=wrap;strokeColor=none;fillColor=none;align=left;verticalAlign=middle;rounded=0;fontStyle=1" value="HDMI 3" vertex="1">
          <mxGeometry height="14.5" width="50" x="50" y="164.75" as="geometry" />
        </mxCell>
        <mxCell id="BUdtJf7oYrrgdLHHiytK-411" parent="BUdtJf7oYrrgdLHHiytK-355" style="text;html=1;whiteSpace=wrap;strokeColor=none;fillColor=none;align=right;verticalAlign=middle;rounded=0;fontStyle=1" value="HDMI 2" vertex="1">
          <mxGeometry height="14.5" width="50" x="270" y="123.75" as="geometry" />
        </mxCell>
        <mxCell id="BUdtJf7oYrrgdLHHiytK-412" parent="BUdtJf7oYrrgdLHHiytK-355" style="text;html=1;whiteSpace=wrap;strokeColor=none;fillColor=none;align=right;verticalAlign=middle;rounded=0;fontStyle=1" value="HDMI 3" vertex="1">
          <mxGeometry height="14.5" width="50" x="270" y="164.75" as="geometry" />
        </mxCell>
        <UserObject label="&lt;div&gt;HP Monitor&lt;/div&gt;&lt;div&gt;&lt;span style=&quot;font-weight: normal;&quot;&gt;Mac mini desktop&lt;/span&gt;&lt;/div&gt;" id="BUdtJf7oYrrgdLHHiytK-394">
          <mxCell parent="1" style="swimlane;whiteSpace=wrap;html=1;startSize=60;perimeterSpacing=0;rounded=1;arcSize=6;align=left;spacingLeft=6;swimlaneFillColor=default;strokeWidth=2;fontSize=14;" vertex="1">
-             <mxGeometry height="120" width="240" x="945" y="770" as="geometry">
+             <mxGeometry height="120" width="240" x="3250" y="910" as="geometry">
              <mxRectangle height="60" width="200" x="330" y="280" as="alternateBounds" />
            </mxGeometry>
          </mxCell>
        </UserObject>
        <mxCell id="BUdtJf7oYrrgdLHHiytK-403" parent="BUdtJf7oYrrgdLHHiytK-394" style="ellipse;whiteSpace=wrap;html=1;aspect=fixed;strokeColor=none;fillColor=light-dark(#FF3333,#FF3333);fontColor=#ffffff;fillStyle=auto;" value="" vertex="1">
          <mxGeometry height="20" width="20" x="20" y="80" as="geometry" />
        </mxCell>
        <mxCell id="BUdtJf7oYrrgdLHHiytK-404" parent="BUdtJf7oYrrgdLHHiytK-394" style="text;html=1;whiteSpace=wrap;strokeColor=none;fillColor=none;align=left;verticalAlign=middle;rounded=0;fontStyle=1" value="HDMI" vertex="1">
          <mxGeometry height="10" width="50" x="50" y="85" as="geometry" />
        </mxCell>
        <mxCell id="BUdtJf7oYrrgdLHHiytK-405" parent="BUdtJf7oYrrgdLHHiytK-394" style="verticalLabelPosition=bottom;html=1;verticalAlign=top;align=center;strokeColor=default;fillColor=none;shape=mxgraph.azure.computer;pointerEvents=1;fontFamily=Helvetica;fontSize=11;fontColor=default;labelBackgroundColor=default;strokeWidth=2;" value="" vertex="1">
          <mxGeometry height="45" width="50" x="180" y="8" as="geometry" />
        </mxCell>
-         <mxCell id="BUdtJf7oYrrgdLHHiytK-406" edge="1" parent="1" source="BUdtJf7oYrrgdLHHiytK-285" style="edgeStyle=orthogonalEdgeStyle;shape=connector;rounded=0;orthogonalLoop=1;jettySize=auto;html=1;entryX=0;entryY=0.5;entryDx=0;entryDy=0;strokeColor=default;strokeWidth=2;align=center;verticalAlign=middle;fontFamily=Helvetica;fontSize=14;fontColor=default;labelBackgroundColor=default;resizable=0;endArrow=classic;endFill=1;" target="BUdtJf7oYrrgdLHHiytK-403">
-           <mxGeometry relative="1" as="geometry" />
-         </mxCell>
        <mxCell id="BUdtJf7oYrrgdLHHiytK-407" edge="1" parent="1" source="BUdtJf7oYrrgdLHHiytK-340" style="edgeStyle=orthogonalEdgeStyle;shape=connector;rounded=0;orthogonalLoop=1;jettySize=auto;html=1;entryX=0.5;entryY=1;entryDx=0;entryDy=0;strokeColor=default;strokeWidth=2;align=center;verticalAlign=middle;fontFamily=Helvetica;fontSize=14;fontColor=default;labelBackgroundColor=default;resizable=0;endArrow=classic;endFill=1;" target="BUdtJf7oYrrgdLHHiytK-195">
-           <mxGeometry relative="1" as="geometry" />
+           <mxGeometry relative="1" as="geometry">
+             <Array as="points">
+               <mxPoint x="1280" y="1125" />
+               <mxPoint x="1280" y="990" />
+               <mxPoint x="2555" y="990" />
+             </Array>
+           </mxGeometry>
        </mxCell>
        <mxCell id="BUdtJf7oYrrgdLHHiytK-408" edge="1" parent="1" source="BUdtJf7oYrrgdLHHiytK-341" style="edgeStyle=orthogonalEdgeStyle;shape=connector;rounded=0;orthogonalLoop=1;jettySize=auto;html=1;entryX=0.5;entryY=1;entryDx=0;entryDy=0;strokeColor=default;strokeWidth=2;align=center;verticalAlign=middle;fontFamily=Helvetica;fontSize=14;fontColor=default;labelBackgroundColor=default;resizable=0;endArrow=classic;endFill=1;" target="BUdtJf7oYrrgdLHHiytK-390">
-           <mxGeometry relative="1" as="geometry" />
+           <mxGeometry relative="1" as="geometry">
+             <Array as="points">
+               <mxPoint x="1320" y="1167" />
+               <mxPoint x="1320" y="1420" />
+               <mxPoint x="1575" y="1420" />
+             </Array>
+           </mxGeometry>
        </mxCell>
        <UserObject label="&lt;div&gt;HP Monitor&lt;/div&gt;&lt;div&gt;&lt;span style=&quot;font-weight: normal;&quot;&gt;Mac mini desktop&lt;/span&gt;&lt;/div&gt;" id="BUdtJf7oYrrgdLHHiytK-414">
          <mxCell parent="1" style="swimlane;whiteSpace=wrap;html=1;startSize=60;perimeterSpacing=0;rounded=1;arcSize=6;align=left;spacingLeft=6;swimlaneFillColor=default;strokeWidth=2;fontSize=14;" vertex="1">
-             <mxGeometry height="120" width="240" x="1940" y="240" as="geometry">
+             <mxGeometry height="120" width="240" x="1930" y="1080" as="geometry">
              <mxRectangle height="60" width="200" x="330" y="280" as="alternateBounds" />
            </mxGeometry>
          </mxCell>
        </UserObject>
        <mxCell id="BUdtJf7oYrrgdLHHiytK-415" parent="BUdtJf7oYrrgdLHHiytK-414" style="ellipse;whiteSpace=wrap;html=1;aspect=fixed;strokeColor=none;fillColor=light-dark(#FF3333,#FF3333);fontColor=#ffffff;fillStyle=auto;" value="" vertex="1">
          <mxGeometry height="20" width="20" x="20" y="80" as="geometry" />
        </mxCell>
        <mxCell id="BUdtJf7oYrrgdLHHiytK-416" parent="BUdtJf7oYrrgdLHHiytK-414" style="text;html=1;whiteSpace=wrap;strokeColor=none;fillColor=none;align=left;verticalAlign=middle;rounded=0;fontStyle=1" value="HDMI" vertex="1">
          <mxGeometry height="10" width="50" x="50" y="85" as="geometry" />
        </mxCell>
        <mxCell id="BUdtJf7oYrrgdLHHiytK-417" parent="BUdtJf7oYrrgdLHHiytK-414" style="verticalLabelPosition=bottom;html=1;verticalAlign=top;align=center;strokeColor=default;fillColor=none;shape=mxgraph.azure.computer;pointerEvents=1;fontFamily=Helvetica;fontSize=11;fontColor=default;labelBackgroundColor=default;strokeWidth=2;" value="" vertex="1">
          <mxGeometry height="45" width="50" x="180" y="8" as="geometry" />
        </mxCell>
        <mxCell id="BUdtJf7oYrrgdLHHiytK-418" edge="1" parent="1" source="BUdtJf7oYrrgdLHHiytK-357" style="edgeStyle=orthogonalEdgeStyle;shape=connector;rounded=0;orthogonalLoop=1;jettySize=auto;html=1;entryX=0;entryY=0.5;entryDx=0;entryDy=0;strokeColor=default;strokeWidth=2;align=center;verticalAlign=middle;fontFamily=Helvetica;fontSize=14;fontColor=default;labelBackgroundColor=default;resizable=0;endArrow=classic;endFill=1;" target="BUdtJf7oYrrgdLHHiytK-415">
          <mxGeometry relative="1" as="geometry" />
        </mxCell>
        <UserObject label="&lt;div&gt;IKAN Monitor&lt;/div&gt;&lt;div&gt;&lt;span style=&quot;font-weight: normal;&quot;&gt;Teleprompter&lt;/span&gt;&lt;/div&gt;" id="BUdtJf7oYrrgdLHHiytK-419">
          <mxCell parent="1" style="swimlane;whiteSpace=wrap;html=1;startSize=60;perimeterSpacing=0;rounded=1;arcSize=6;align=left;spacingLeft=6;swimlaneFillColor=default;strokeWidth=2;fontSize=14;" vertex="1">
-             <mxGeometry height="120" width="240" x="1940" y="400" as="geometry">
+             <mxGeometry height="120" width="240" x="1930" y="1240" as="geometry">
              <mxRectangle height="60" width="200" x="330" y="280" as="alternateBounds" />
            </mxGeometry>
          </mxCell>
        </UserObject>
        <mxCell id="BUdtJf7oYrrgdLHHiytK-420" parent="BUdtJf7oYrrgdLHHiytK-419" style="ellipse;whiteSpace=wrap;html=1;aspect=fixed;strokeColor=none;fillColor=light-dark(#FF3333,#FF3333);fontColor=#ffffff;fillStyle=auto;" value="" vertex="1">
          <mxGeometry height="20" width="20" x="20" y="80" as="geometry" />
        </mxCell>
        <mxCell id="BUdtJf7oYrrgdLHHiytK-421" parent="BUdtJf7oYrrgdLHHiytK-419" style="text;html=1;whiteSpace=wrap;strokeColor=none;fillColor=none;align=left;verticalAlign=middle;rounded=0;fontStyle=1" value="HDMI" vertex="1">
          <mxGeometry height="10" width="50" x="50" y="85" as="geometry" />
        </mxCell>
        <mxCell id="BUdtJf7oYrrgdLHHiytK-422" parent="BUdtJf7oYrrgdLHHiytK-419" style="verticalLabelPosition=bottom;html=1;verticalAlign=top;align=center;strokeColor=default;fillColor=none;shape=mxgraph.azure.computer;pointerEvents=1;fontFamily=Helvetica;fontSize=11;fontColor=default;labelBackgroundColor=default;strokeWidth=2;" value="" vertex="1">
          <mxGeometry height="45" width="50" x="180" y="8" as="geometry" />
        </mxCell>
        <mxCell id="BUdtJf7oYrrgdLHHiytK-423" edge="1" parent="1" source="BUdtJf7oYrrgdLHHiytK-358" style="edgeStyle=orthogonalEdgeStyle;shape=connector;rounded=0;orthogonalLoop=1;jettySize=auto;html=1;entryX=0;entryY=0.5;entryDx=0;entryDy=0;strokeColor=default;strokeWidth=2;align=center;verticalAlign=middle;fontFamily=Helvetica;fontSize=14;fontColor=default;labelBackgroundColor=default;resizable=0;endArrow=classic;endFill=1;" target="BUdtJf7oYrrgdLHHiytK-420">
+           <mxGeometry relative="1" as="geometry" />
+         </mxCell>
+         <UserObject label="&lt;div&gt;THWT HDMI 2.1 Emulator&lt;/div&gt;&lt;div&gt;&lt;span style=&quot;font-weight: normal;&quot;&gt;EDID Emulator&lt;/span&gt;&lt;/div&gt;" link="https://www.startech.com/en-au/display-video-adapters/usbc-hdmi-cdp2hd4k60" id="_8OXxmxYWQQ_x3kSA-AO-2">
+           <mxCell parent="1" style="swimlane;whiteSpace=wrap;html=1;startSize=60;perimeterSpacing=0;rounded=1;arcSize=6;align=left;spacingLeft=6;swimlaneFillColor=default;strokeWidth=2;fontSize=14;" vertex="1">
+             <mxGeometry height="120" width="310" x="1530" y="610" as="geometry">
+               <mxRectangle height="60" width="200" x="330" y="280" as="alternateBounds" />
+             </mxGeometry>
+           </mxCell>
+         </UserObject>
+         <mxCell id="_8OXxmxYWQQ_x3kSA-AO-4" parent="_8OXxmxYWQQ_x3kSA-AO-2" style="ellipse;whiteSpace=wrap;html=1;aspect=fixed;strokeColor=none;fillColor=#60a917;fontColor=#ffffff;" value="" vertex="1">
+           <mxGeometry height="20" width="20" x="270" y="80" as="geometry" />
+         </mxCell>
+         <mxCell id="_8OXxmxYWQQ_x3kSA-AO-5" parent="_8OXxmxYWQQ_x3kSA-AO-2" style="text;html=1;whiteSpace=wrap;strokeColor=none;fillColor=none;align=right;verticalAlign=middle;rounded=0;" value="&lt;b&gt;HDMI&lt;/b&gt;" vertex="1">
+           <mxGeometry height="14.5" width="70" x="190" y="82.75" as="geometry" />
+         </mxCell>
+         <mxCell id="_8OXxmxYWQQ_x3kSA-AO-6" parent="_8OXxmxYWQQ_x3kSA-AO-2" style="ellipse;whiteSpace=wrap;html=1;aspect=fixed;strokeColor=none;fillColor=light-dark(#FF3333,#FF3333);fontColor=#ffffff;fillStyle=auto;" value="" vertex="1">
+           <mxGeometry height="20" width="20" x="20" y="80" as="geometry" />
+         </mxCell>
+         <mxCell id="_8OXxmxYWQQ_x3kSA-AO-7" parent="_8OXxmxYWQQ_x3kSA-AO-2" style="text;html=1;whiteSpace=wrap;strokeColor=none;fillColor=none;align=left;verticalAlign=middle;rounded=0;fontStyle=1" value="HDMI" vertex="1">
+           <mxGeometry height="10" width="50" x="50" y="85" as="geometry" />
+         </mxCell>
+         <mxCell id="_8OXxmxYWQQ_x3kSA-AO-8" parent="_8OXxmxYWQQ_x3kSA-AO-2" style="verticalLabelPosition=bottom;aspect=fixed;html=1;verticalAlign=top;fillColor=strokeColor;align=center;outlineConnect=0;shape=mxgraph.fluid_power.x10060;points=[[1,0.72,0],[1,1,0]];strokeWidth=2;" value="" vertex="1">
+           <mxGeometry height="38.38" width="67.9" x="230" y="10" as="geometry" />
+         </mxCell>
+         <mxCell id="_8OXxmxYWQQ_x3kSA-AO-1" edge="1" parent="1" source="BUdtJf7oYrrgdLHHiytK-285" style="edgeStyle=orthogonalEdgeStyle;shape=connector;rounded=0;orthogonalLoop=1;jettySize=auto;html=1;strokeColor=default;strokeWidth=2;align=center;verticalAlign=middle;fontFamily=Helvetica;fontSize=14;fontColor=default;labelBackgroundColor=default;resizable=0;endArrow=classic;endFill=1;entryX=0;entryY=0.5;entryDx=0;entryDy=0;" target="_8OXxmxYWQQ_x3kSA-AO-6">
+           <mxGeometry relative="1" as="geometry">
+             <mxPoint x="920" y="700" as="targetPoint" />
+           </mxGeometry>
+         </mxCell>
+         <mxCell id="_8OXxmxYWQQ_x3kSA-AO-9" edge="1" parent="1" source="_8OXxmxYWQQ_x3kSA-AO-4" style="edgeStyle=orthogonalEdgeStyle;shape=connector;rounded=0;orthogonalLoop=1;jettySize=auto;html=1;entryX=0;entryY=0.5;entryDx=0;entryDy=0;strokeColor=default;strokeWidth=2;align=center;verticalAlign=middle;fontFamily=Helvetica;fontSize=14;fontColor=default;labelBackgroundColor=default;resizable=0;endArrow=classic;endFill=1;" target="BUdtJf7oYrrgdLHHiytK-252">
+           <mxGeometry relative="1" as="geometry" />
+         </mxCell>
+         <mxCell id="_8OXxmxYWQQ_x3kSA-AO-20" edge="1" parent="1" source="BUdtJf7oYrrgdLHHiytK-245" style="edgeStyle=orthogonalEdgeStyle;shape=connector;rounded=0;orthogonalLoop=1;jettySize=auto;html=1;entryX=0;entryY=0.5;entryDx=0;entryDy=0;strokeColor=default;strokeWidth=2;align=center;verticalAlign=middle;fontFamily=Helvetica;fontSize=14;fontColor=default;labelBackgroundColor=default;resizable=0;endArrow=classic;endFill=1;" target="BUdtJf7oYrrgdLHHiytK-170">
          <mxGeometry relative="1" as="geometry" />
        </mxCell>
      </root>
    </mxGraphModel>
  </diagram>
</mxfile>
